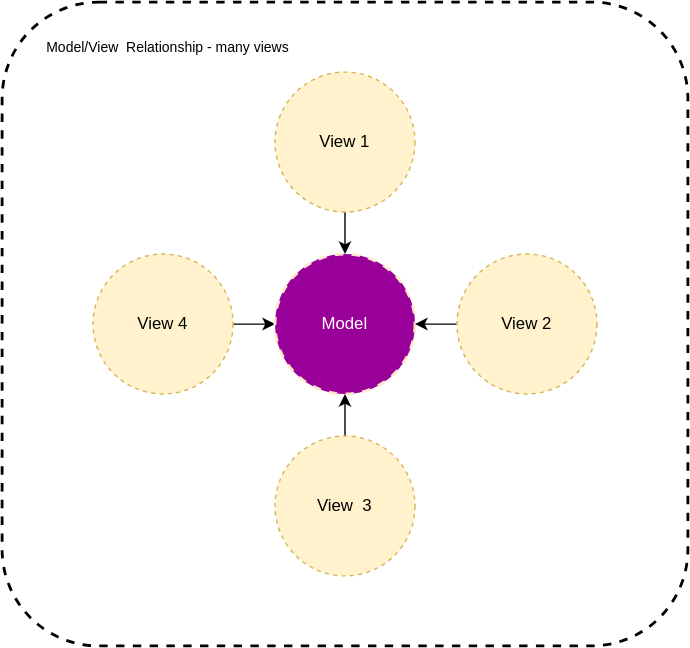
Above: images/design-patterns-mvc/design-patterns-model-many-views.svg in GabrielSlima/blog (draw.io), before the change. Source tidied: cells renumbered, new cells last; positions are measured from the earlier drawing's top-left corner, leaving out a move shared by most shapes. Its diagram source:
```xml
<mxGraphModel>
  <root>
    <mxCell id="0" />
    <mxCell id="1" parent="0" />
    <mxCell id="2" value="Model/View&amp;nbsp; Relationship - many views" style="rounded=1;whiteSpace=wrap;html=1;dashed=1;fontSize=10;strokeWidth=2;fillColor=none;verticalAlign=top;spacingLeft=30;align=left;spacingTop=20;" parent="1" vertex="1">
      <mxGeometry width="490" height="460" as="geometry" />
    </mxCell>
    <mxCell id="3" style="edgeStyle=orthogonalEdgeStyle;rounded=0;jettySize=auto;html=1;" parent="1" edge="1" source="4" target="7">
      <mxGeometry relative="1" as="geometry" />
    </mxCell>
    <mxCell id="4" value="View 1" style="ellipse;whiteSpace=wrap;html=1;fillColor=#fff2cc;strokeColor=#d6b656;dashed=1;" parent="1" vertex="1">
      <mxGeometry x="195" y="50" width="100" height="100" as="geometry" />
    </mxCell>
    <mxCell id="5" style="edgeStyle=orthogonalEdgeStyle;rounded=0;jettySize=auto;html=1;" parent="1" edge="1" source="6" target="7">
      <mxGeometry relative="1" as="geometry" />
    </mxCell>
    <mxCell id="6" value="View 4" style="ellipse;whiteSpace=wrap;html=1;fillColor=#fff2cc;strokeColor=#d6b656;dashed=1;" parent="1" vertex="1">
      <mxGeometry x="65" y="180" width="100" height="100" as="geometry" />
    </mxCell>
    <mxCell id="7" value="Model" style="ellipse;whiteSpace=wrap;html=1;dashed=1;strokeColor=#FFE6CC;strokeWidth=2;fillColor=#990099;fontColor=#FFFFFF;" parent="1" vertex="1">
      <mxGeometry x="195" y="180" width="100" height="100" as="geometry" />
    </mxCell>
    <mxCell id="8" style="edgeStyle=orthogonalEdgeStyle;rounded=0;jettySize=auto;html=1;" parent="1" edge="1" source="9" target="7">
      <mxGeometry relative="1" as="geometry" />
    </mxCell>
    <mxCell id="9" value="View 2" style="ellipse;whiteSpace=wrap;html=1;fillColor=#fff2cc;strokeColor=#d6b656;dashed=1;" parent="1" vertex="1">
      <mxGeometry x="325" y="180" width="100" height="100" as="geometry" />
    </mxCell>
    <mxCell id="10" style="edgeStyle=orthogonalEdgeStyle;rounded=0;jettySize=auto;html=1;" parent="1" edge="1" source="11" target="7">
      <mxGeometry relative="1" as="geometry" />
    </mxCell>
    <mxCell id="11" value="View&amp;nbsp; 3" style="ellipse;whiteSpace=wrap;html=1;fillColor=#fff2cc;strokeColor=#d6b656;dashed=1;" parent="1" vertex="1">
      <mxGeometry x="195" y="310" width="100" height="100" as="geometry" />
    </mxCell>
  </root>
</mxGraphModel>
```
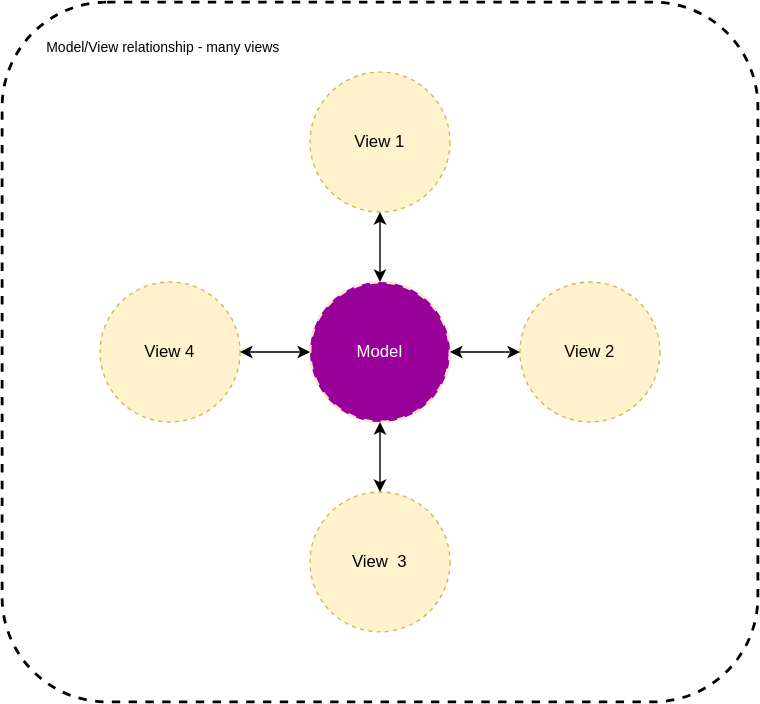
After the commit.

Diff of the diagram source:
```diff
@@ -2,35 +2,35 @@
   <root>
     <mxCell id="0" />
     <mxCell id="1" parent="0" />
-    <mxCell id="2" value="Model/View&amp;nbsp; Relationship - many views" style="rounded=1;whiteSpace=wrap;html=1;dashed=1;fontSize=10;strokeWidth=2;fillColor=none;verticalAlign=top;spacingLeft=30;align=left;spacingTop=20;" parent="1" vertex="1">
-      <mxGeometry width="490" height="460" as="geometry" />
+    <mxCell id="2" value="Model/View relationship - many views" style="rounded=1;whiteSpace=wrap;html=1;dashed=1;fontSize=10;strokeWidth=2;fillColor=none;verticalAlign=top;spacingLeft=30;align=left;spacingTop=20;" parent="1" vertex="1">
+      <mxGeometry x="-25" y="-20" width="540" height="500" as="geometry" />
     </mxCell>
-    <mxCell id="3" style="edgeStyle=orthogonalEdgeStyle;rounded=0;jettySize=auto;html=1;" parent="1" edge="1" source="4" target="7">
-      <mxGeometry relative="1" as="geometry" />
-    </mxCell>
     <mxCell id="4" value="View 1" style="ellipse;whiteSpace=wrap;html=1;fillColor=#fff2cc;strokeColor=#d6b656;dashed=1;" parent="1" vertex="1">
-      <mxGeometry x="195" y="50" width="100" height="100" as="geometry" />
+      <mxGeometry x="195" y="30" width="100" height="100" as="geometry" />
     </mxCell>
-    <mxCell id="5" style="edgeStyle=orthogonalEdgeStyle;rounded=0;jettySize=auto;html=1;" parent="1" edge="1" source="6" target="7">
-      <mxGeometry relative="1" as="geometry" />
-    </mxCell>
     <mxCell id="6" value="View 4" style="ellipse;whiteSpace=wrap;html=1;fillColor=#fff2cc;strokeColor=#d6b656;dashed=1;" parent="1" vertex="1">
-      <mxGeometry x="65" y="180" width="100" height="100" as="geometry" />
+      <mxGeometry x="45" y="180" width="100" height="100" as="geometry" />
     </mxCell>
     <mxCell id="7" value="Model" style="ellipse;whiteSpace=wrap;html=1;dashed=1;strokeColor=#FFE6CC;strokeWidth=2;fillColor=#990099;fontColor=#FFFFFF;" parent="1" vertex="1">
       <mxGeometry x="195" y="180" width="100" height="100" as="geometry" />
     </mxCell>
+    <mxCell id="9" value="View 2" style="ellipse;whiteSpace=wrap;html=1;fillColor=#fff2cc;strokeColor=#d6b656;dashed=1;" parent="1" vertex="1">
+      <mxGeometry x="345" y="180" width="100" height="100" as="geometry" />
+    </mxCell>
+    <mxCell id="11" value="View&amp;nbsp; 3" style="ellipse;whiteSpace=wrap;html=1;fillColor=#fff2cc;strokeColor=#d6b656;dashed=1;" parent="1" vertex="1">
+      <mxGeometry x="195" y="330" width="100" height="100" as="geometry" />
+    </mxCell>
-    <mxCell id="8" style="edgeStyle=orthogonalEdgeStyle;rounded=0;jettySize=auto;html=1;" parent="1" edge="1" source="9" target="7">
+    <mxCell id="8" style="endArrow=classic;startArrow=classic;html=1;entryX=1;entryY=0.5;entryDx=0;entryDy=0;exitX=0;exitY=0.5;exitDx=0;exitDy=0;" parent="1" edge="1" source="9" target="7">
       <mxGeometry relative="1" as="geometry" />
     </mxCell>
-    <mxCell id="9" value="View 2" style="ellipse;whiteSpace=wrap;html=1;fillColor=#fff2cc;strokeColor=#d6b656;dashed=1;" parent="1" vertex="1">
-      <mxGeometry x="325" y="180" width="100" height="100" as="geometry" />
-    </mxCell>
-    <mxCell id="10" style="edgeStyle=orthogonalEdgeStyle;rounded=0;jettySize=auto;html=1;" parent="1" edge="1" source="11" target="7">
-      <mxGeometry relative="1" as="geometry" />
-    </mxCell>
-    <mxCell id="11" value="View&amp;nbsp; 3" style="ellipse;whiteSpace=wrap;html=1;fillColor=#fff2cc;strokeColor=#d6b656;dashed=1;" parent="1" vertex="1">
-      <mxGeometry x="195" y="310" width="100" height="100" as="geometry" />
-    </mxCell>
+    <mxCell id="12" style="endArrow=classic;startArrow=classic;html=1;entryX=1;entryY=0.5;entryDx=0;entryDy=0;exitX=0;exitY=0.5;exitDx=0;exitDy=0;" parent="1" edge="1" source="7" target="6">
+      <mxGeometry relative="1" as="geometry" />
+    </mxCell>
+    <mxCell id="13" style="endArrow=classic;startArrow=classic;html=1;exitX=0.5;exitY=1;exitDx=0;exitDy=0;" parent="1" edge="1" source="7" target="11">
+      <mxGeometry relative="1" as="geometry" />
+    </mxCell>
+    <mxCell id="3" style="endArrow=classic;startArrow=classic;html=1;entryX=0.5;entryY=0;entryDx=0;entryDy=0;exitX=0.5;exitY=1;exitDx=0;exitDy=0;" parent="1" edge="1" source="4" target="7">
+      <mxGeometry relative="1" as="geometry" />
+    </mxCell>
   </root>
 </mxGraphModel>
```
